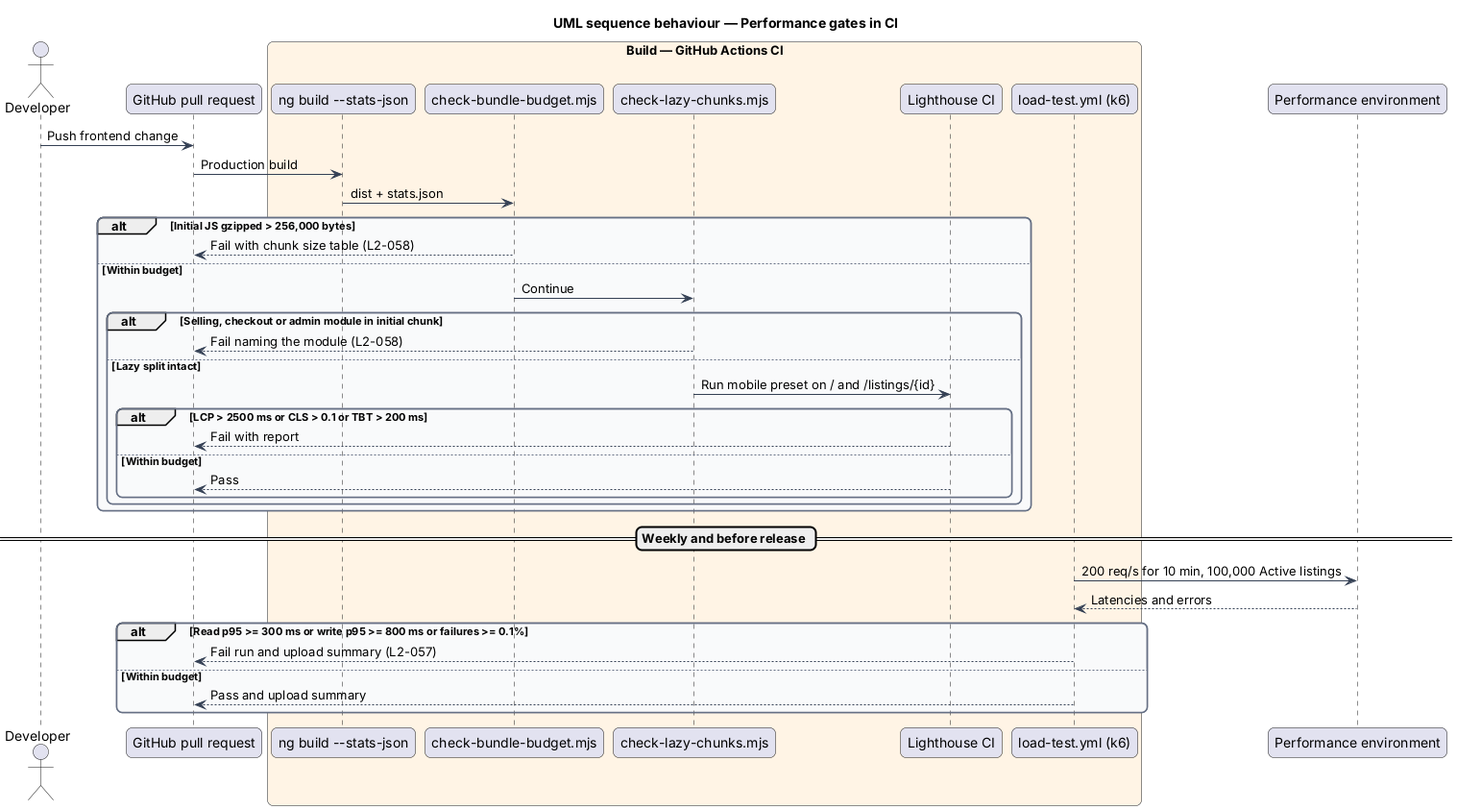
Above: docs/detailed-designs/platform/meet-performance-and-scale/diagrams/sequence-performance-gates.png in QuinntyneBrown/12l (PlantUML), before the change. The source it was exported from:
```plantuml
@startuml
title UML sequence behaviour — Performance gates in CI
skinparam backgroundColor #FFFFFF
skinparam shadowing false
skinparam roundcorner 12
skinparam defaultFontName Arial
skinparam ArrowColor #344054
skinparam rectangle {
  BorderColor #344054
  FontColor #101828
}
skinparam package {
  BorderColor #667085
  FontColor #101828
  BackgroundColor #F9FAFB
}
actor "Developer" as dev
participant "GitHub pull request" as pr
box "Build — GitHub Actions CI" #FFF4E5
  participant "ng build --stats-json" as build
  participant "check-bundle-budget.mjs" as budget
  participant "check-lazy-chunks.mjs" as lazy
  participant "Lighthouse CI" as lh
  participant "load-test.yml (k6)" as k6
end box
participant "Performance environment" as perf
dev -> pr : Push frontend change
pr -> build : Production build
build -> budget : dist + stats.json
alt Initial JS gzipped > 256,000 bytes
  budget --> pr : Fail with chunk size table (L2-058)
else Within budget
  budget -> lazy : Continue
  alt Selling, checkout or admin module in initial chunk
    lazy --> pr : Fail naming the module (L2-058)
  else Lazy split intact
    lazy -> lh : Run mobile preset on / and /listings/{id}
    alt LCP > 2500 ms or CLS > 0.1 or TBT > 200 ms
      lh --> pr : Fail with report
    else Within budget
      lh --> pr : Pass
    end
  end
end
== Weekly and before release ==
k6 -> perf : 200 req/s for 10 min, 100,000 Active listings
perf --> k6 : Latencies and errors
alt Read p95 >= 300 ms or write p95 >= 800 ms or failures >= 0.1%
  k6 --> pr : Fail run and upload summary (L2-057)
else Within budget
  k6 --> pr : Pass and upload summary
end
@enduml
```
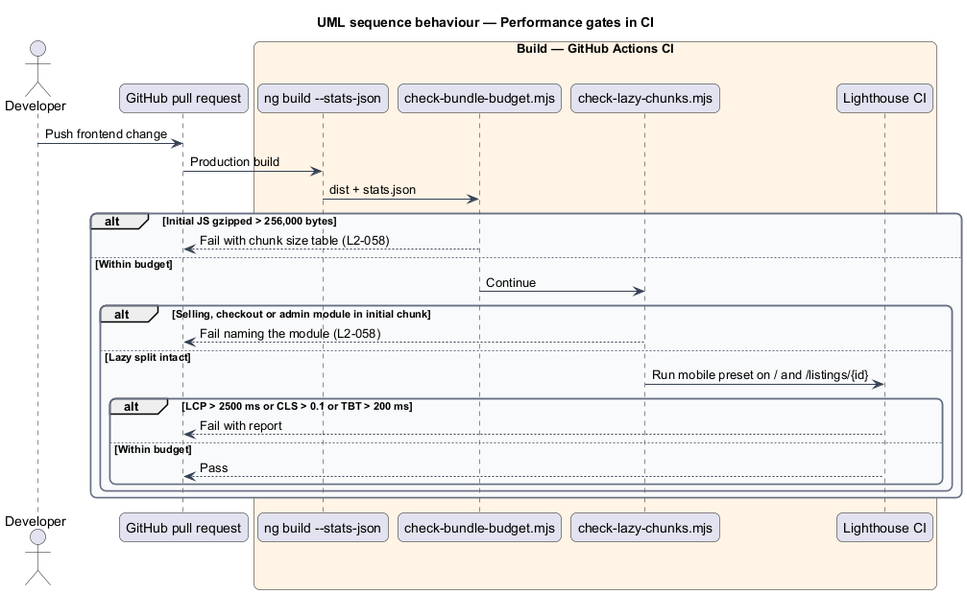
After the commit.

The edit, as a diff of the source:
```diff
@@ -21,9 +21,7 @@
   participant "check-bundle-budget.mjs" as budget
   participant "check-lazy-chunks.mjs" as lazy
   participant "Lighthouse CI" as lh
-  participant "load-test.yml (k6)" as k6
 end box
-participant "Performance environment" as perf
 dev -> pr : Push frontend change
 pr -> build : Production build
 build -> budget : dist + stats.json
@@ -42,12 +40,4 @@
     end
   end
 end
-== Weekly and before release ==
-k6 -> perf : 200 req/s for 10 min, 100,000 Active listings
-perf --> k6 : Latencies and errors
-alt Read p95 >= 300 ms or write p95 >= 800 ms or failures >= 0.1%
-  k6 --> pr : Fail run and upload summary (L2-057)
-else Within budget
-  k6 --> pr : Pass and upload summary
-end
 @enduml
```
